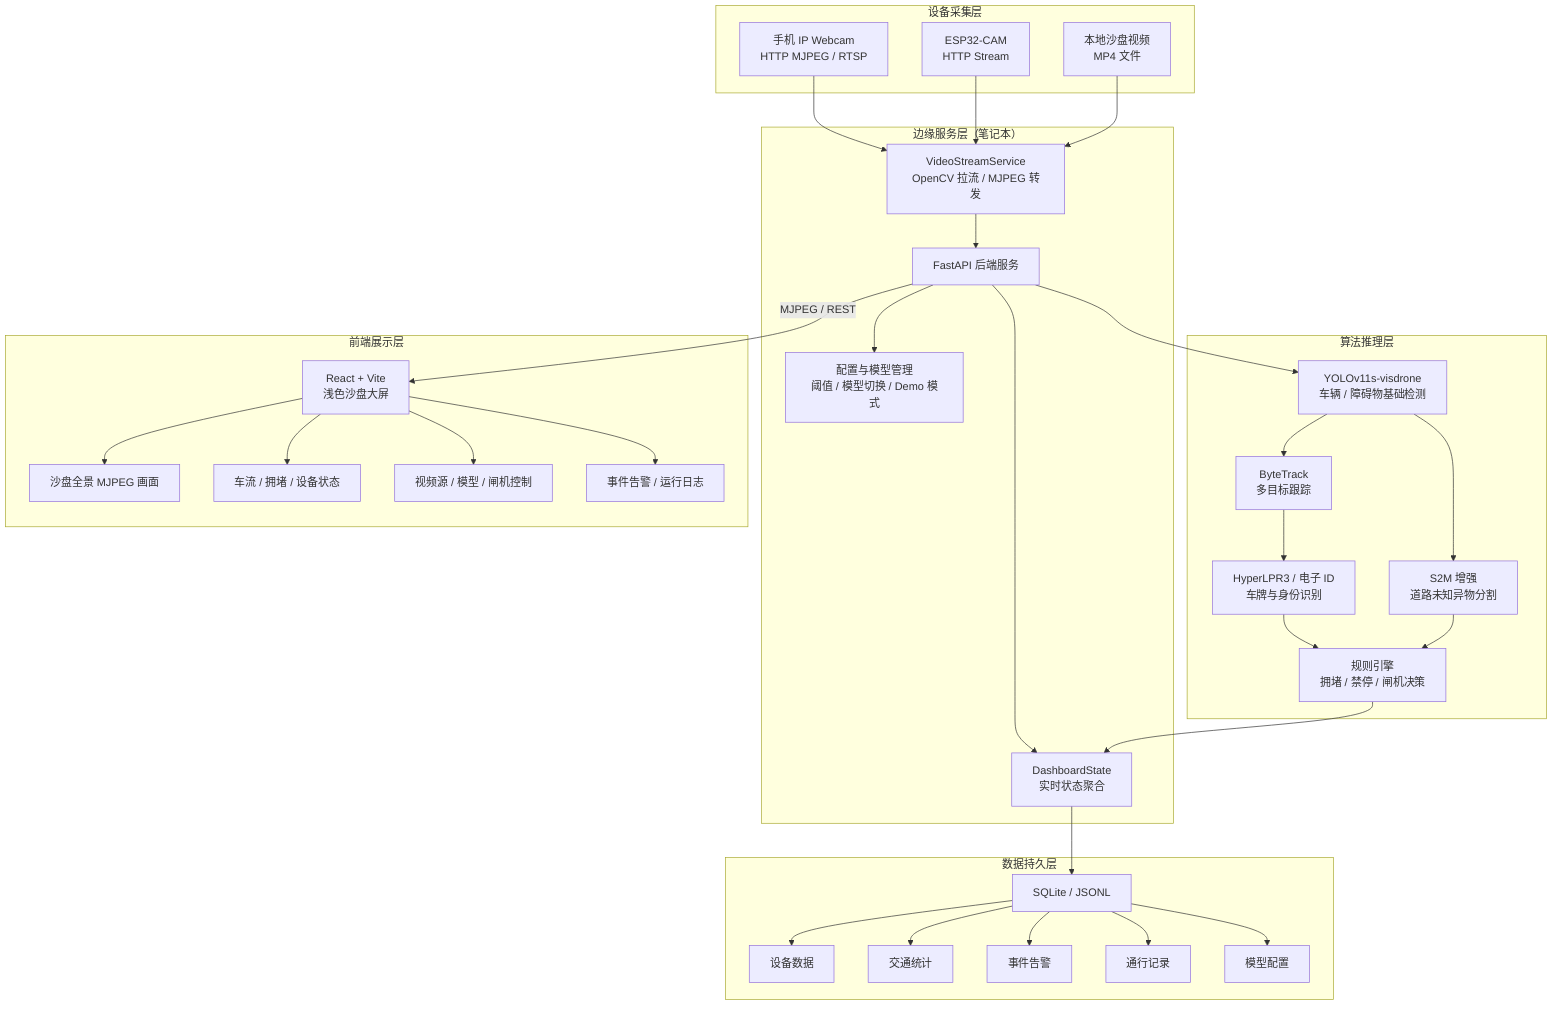
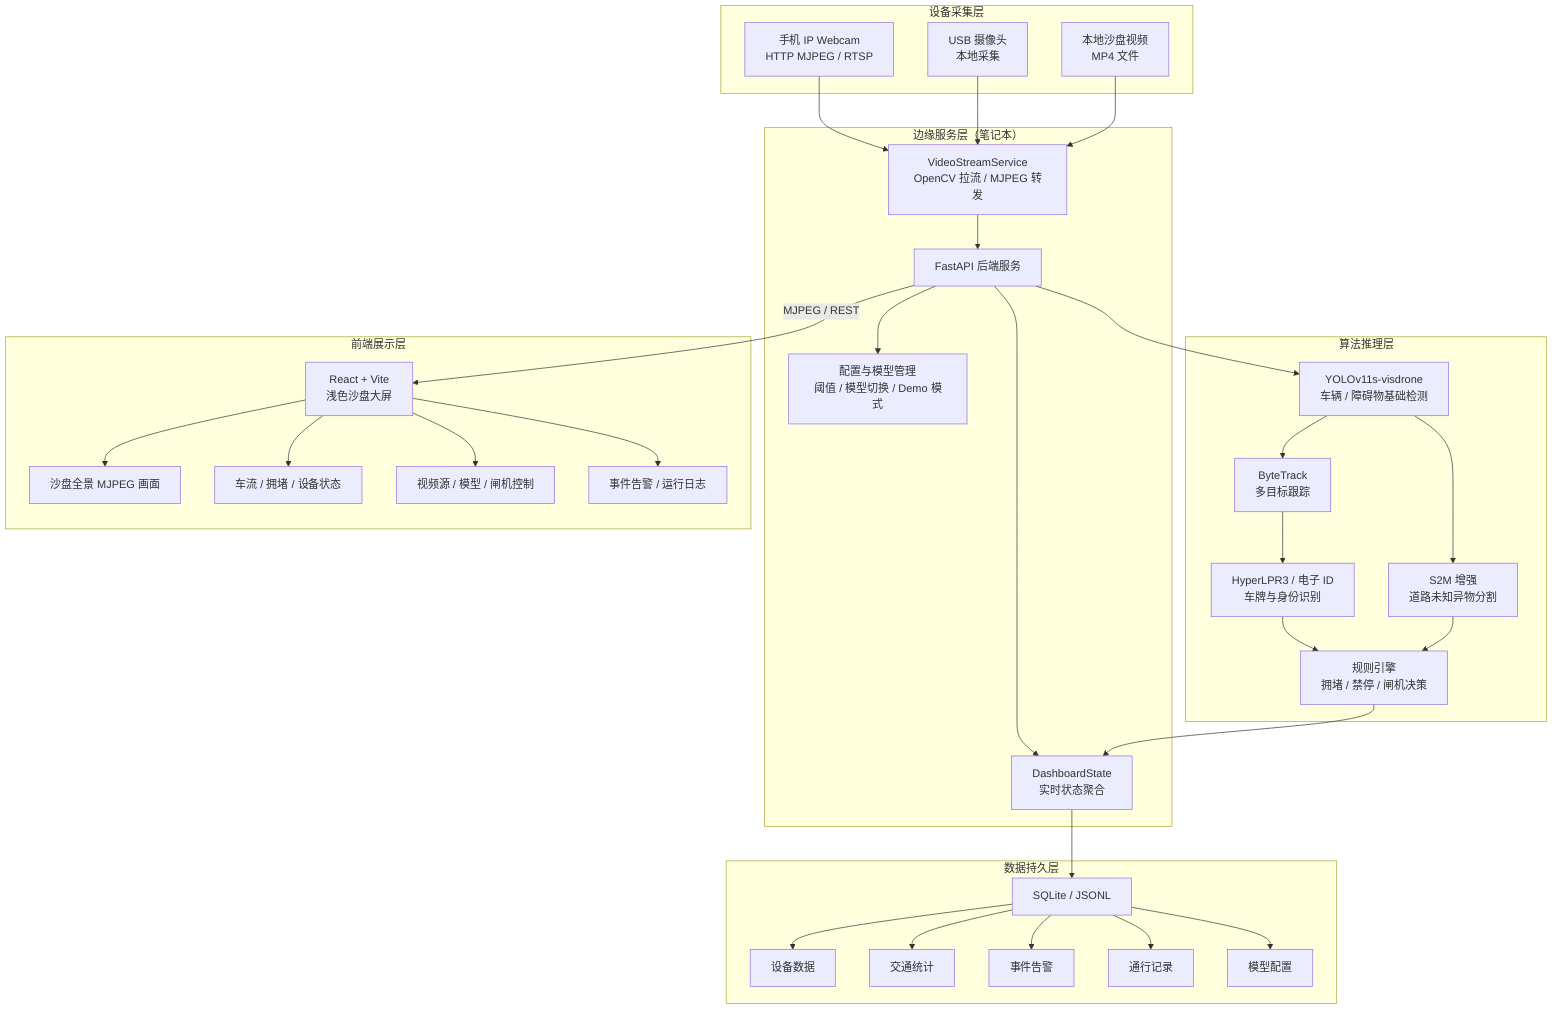
flowchart TB
    subgraph L1["设备采集层"]
        Phone["手机 IP Webcam\nHTTP MJPEG / RTSP"]
-         ESP32["ESP32-CAM\nHTTP Stream"]
+         USB["USB 摄像头\n本地采集"]
        LocalVideo["本地沙盘视频\nMP4 文件"]
    end

    subgraph L2["边缘服务层（笔记本）"]
        FastAPI["FastAPI 后端服务"]
        VideoService["VideoStreamService\nOpenCV 拉流 / MJPEG 转发"]
        DashboardState["DashboardState\n实时状态聚合"]
        ConfigService["配置与模型管理\n阈值 / 模型切换 / Demo 模式"]
    end

    subgraph L3["算法推理层"]
        Detector["YOLOv11s-visdrone\n车辆 / 障碍物基础检测"]
        Tracker["ByteTrack\n多目标跟踪"]
        Plate["HyperLPR3 / 电子 ID\n车牌与身份识别"]
        S2M["S2M 增强\n道路未知异物分割"]
        RuleEngine["规则引擎\n拥堵 / 禁停 / 闸机决策"]
    end

    subgraph L4["数据持久层"]
        SQLite["SQLite / JSONL"]
        DeviceTable["设备数据"]
        StatsTable["交通统计"]
        EventTable["事件告警"]
        PlateTable["通行记录"]
        ModelTable["模型配置"]
    end

    subgraph L5["前端展示层"]
        ReactApp["React + Vite\n浅色沙盘大屏"]
        VideoPanel["沙盘全景 MJPEG 画面"]
        StatusPanel["车流 / 拥堵 / 设备状态"]
        ControlPanel["视频源 / 模型 / 闸机控制"]
        EventPanel["事件告警 / 运行日志"]
    end

    Phone --> VideoService
-     ESP32 --> VideoService
+     USB --> VideoService
    LocalVideo --> VideoService
    VideoService --> FastAPI
    FastAPI --> DashboardState
    FastAPI --> ConfigService
    FastAPI --> Detector
    Detector --> Tracker
    Tracker --> Plate
    Detector --> S2M
    Plate --> RuleEngine
    S2M --> RuleEngine
    RuleEngine --> DashboardState
    DashboardState --> SQLite
    SQLite --> DeviceTable
    SQLite --> StatsTable
    SQLite --> EventTable
    SQLite --> PlateTable
    SQLite --> ModelTable
    FastAPI -->|MJPEG / REST| ReactApp
    ReactApp --> VideoPanel
    ReactApp --> StatusPanel
    ReactApp --> ControlPanel
    ReactApp --> EventPanel
